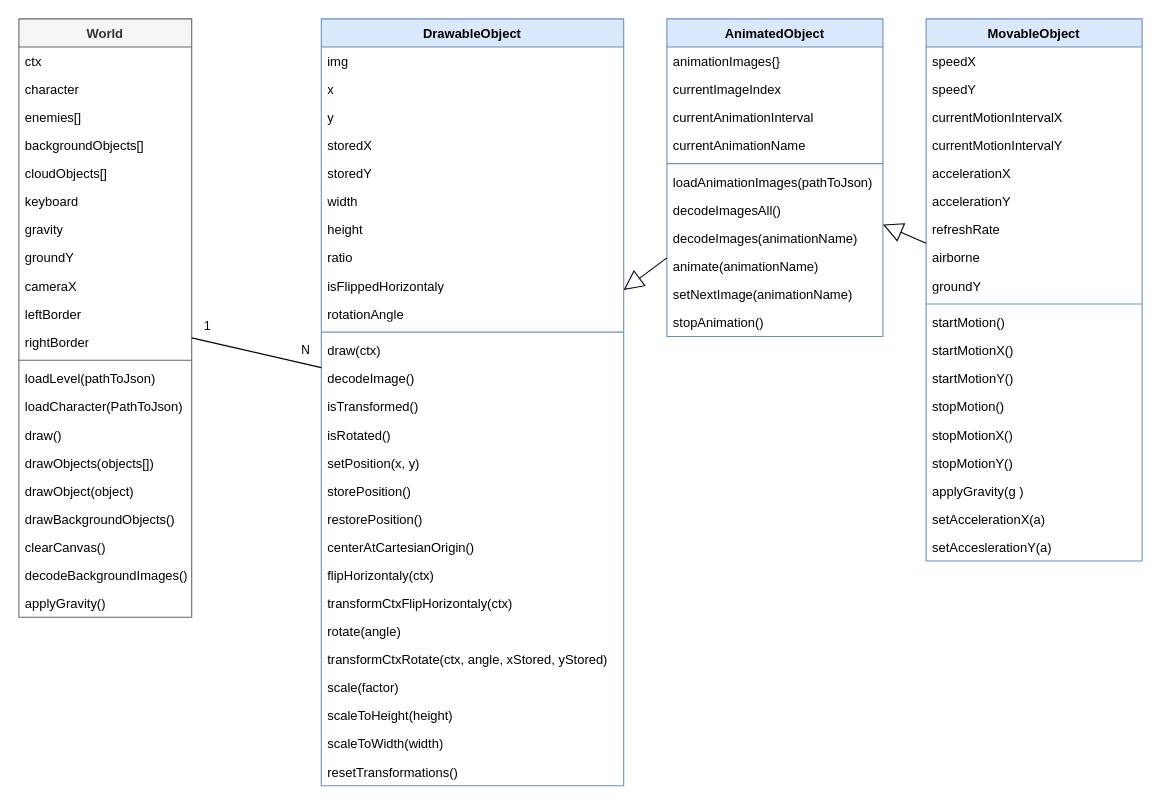
The draw.io diagram uml/classDiagram.drawio in ReinhardWansch/ElPolloLoco, before the edit. Source tidied: cells renumbered, new cells numbered last; positions are measured from the earlier drawing's top-left corner, leaving out a move shared by most shapes. Both pictures are drawn from the tidied source at 108%, with x=0, y=0 at pixel (18, 18).
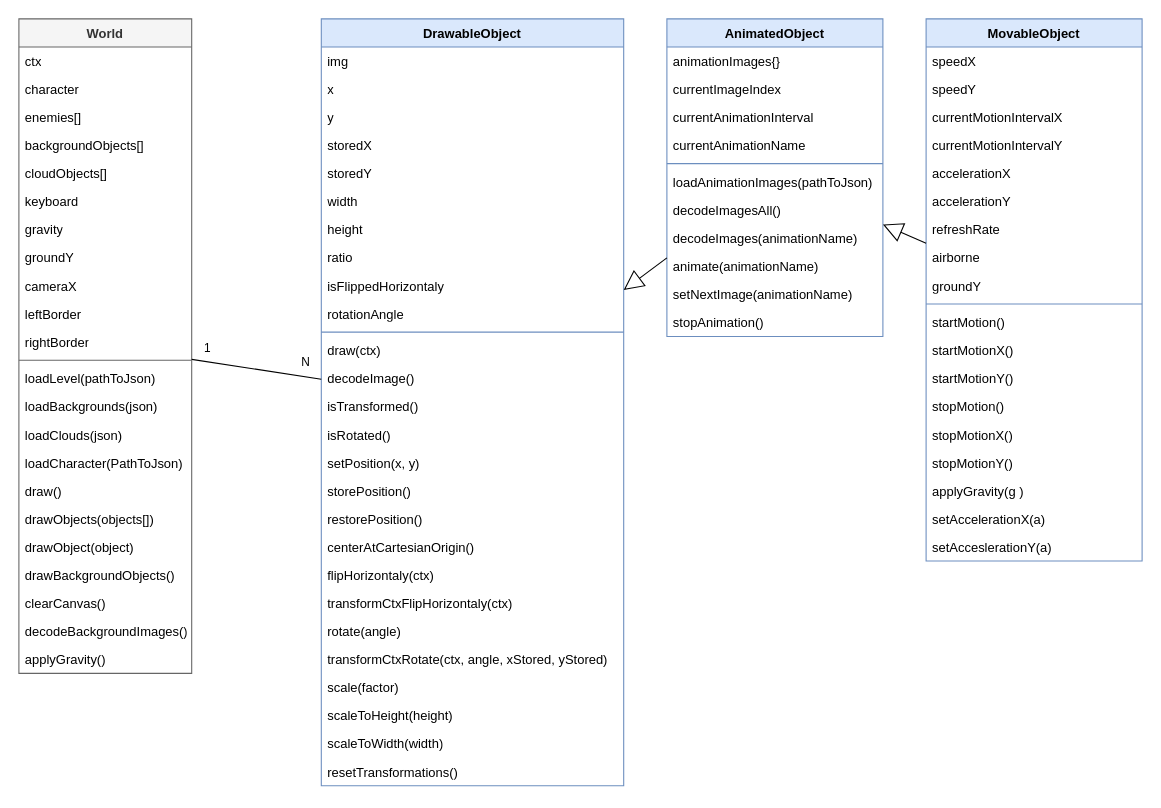
The same diagram, later.

Change to the diagram source:
```diff
@@
     <mxCell id="64" value="World" style="swimlane;fontStyle=1;align=center;verticalAlign=top;horizontal=1;startSize=26;whiteSpace=wrap;html=1;fillColor=#f5f5f5;strokeColor=#666666;fontColor=#333333;" parent="1" vertex="1">
-      <mxGeometry width="160" height="554" as="geometry" />
+      <mxGeometry width="160" height="606" as="geometry" />
     </mxCell>
@@
+    <mxCell id="89" value="loadBackgrounds(json)" style="text;strokeColor=none;fillColor=none;align=left;verticalAlign=top;spacingLeft=4;spacingRight=4;overflow=hidden;whiteSpace=wrap;html=1;" parent="64" vertex="1">
+      <mxGeometry y="346" width="160" height="26" as="geometry" />
+    </mxCell>
+    <mxCell id="90" value="loadClouds(json)" style="text;strokeColor=none;fillColor=none;align=left;verticalAlign=top;spacingLeft=4;spacingRight=4;overflow=hidden;whiteSpace=wrap;html=1;" parent="64" vertex="1">
+      <mxGeometry y="372" width="160" height="26" as="geometry" />
+    </mxCell>
     <mxCell id="78" value="loadCharacter(PathToJson)" style="text;strokeColor=none;fillColor=none;align=left;verticalAlign=top;spacingLeft=4;spacingRight=4;overflow=hidden;whiteSpace=wrap;html=1;" parent="64" vertex="1">
-      <mxGeometry y="346" width="160" height="26" as="geometry" />
+      <mxGeometry y="398" width="160" height="26" as="geometry" />
     </mxCell>
     <mxCell id="79" value="draw()" style="text;strokeColor=none;fillColor=none;align=left;verticalAlign=top;spacingLeft=4;spacingRight=4;overflow=hidden;whiteSpace=wrap;html=1;" parent="64" vertex="1">
-      <mxGeometry y="372" width="160" height="26" as="geometry" />
+      <mxGeometry y="424" width="160" height="26" as="geometry" />
     </mxCell>
     <mxCell id="80" value="drawObjects(objects[])" style="text;strokeColor=none;fillColor=none;align=left;verticalAlign=top;spacingLeft=4;spacingRight=4;overflow=hidden;whiteSpace=wrap;html=1;" parent="64" vertex="1">
-      <mxGeometry y="398" width="160" height="26" as="geometry" />
+      <mxGeometry y="450" width="160" height="26" as="geometry" />
     </mxCell>
     <mxCell id="81" value="drawObject(object)" style="text;strokeColor=none;fillColor=none;align=left;verticalAlign=top;spacingLeft=4;spacingRight=4;overflow=hidden;whiteSpace=wrap;html=1;" parent="64" vertex="1">
-      <mxGeometry y="424" width="160" height="26" as="geometry" />
+      <mxGeometry y="476" width="160" height="26" as="geometry" />
     </mxCell>
     <mxCell id="82" value="drawBackgroundObjects()" style="text;strokeColor=none;fillColor=none;align=left;verticalAlign=top;spacingLeft=4;spacingRight=4;overflow=hidden;whiteSpace=wrap;html=1;" parent="64" vertex="1">
-      <mxGeometry y="450" width="160" height="26" as="geometry" />
+      <mxGeometry y="502" width="160" height="26" as="geometry" />
     </mxCell>
     <mxCell id="83" value="clearCanvas()" style="text;strokeColor=none;fillColor=none;align=left;verticalAlign=top;spacingLeft=4;spacingRight=4;overflow=hidden;whiteSpace=wrap;html=1;" parent="64" vertex="1">
-      <mxGeometry y="476" width="160" height="26" as="geometry" />
+      <mxGeometry y="528" width="160" height="26" as="geometry" />
     </mxCell>
     <mxCell id="84" value="decodeBackgroundImages()" style="text;strokeColor=none;fillColor=none;align=left;verticalAlign=top;spacingLeft=4;spacingRight=4;overflow=hidden;whiteSpace=wrap;html=1;" parent="64" vertex="1">
-      <mxGeometry y="502" width="160" height="26" as="geometry" />
+      <mxGeometry y="554" width="160" height="26" as="geometry" />
     </mxCell>
     <mxCell id="85" value="applyGravity()" style="text;strokeColor=none;fillColor=none;align=left;verticalAlign=top;spacingLeft=4;spacingRight=4;overflow=hidden;whiteSpace=wrap;html=1;" parent="64" vertex="1">
-      <mxGeometry y="528" width="160" height="26" as="geometry" />
+      <mxGeometry y="580" width="160" height="26" as="geometry" />
     </mxCell>
```
